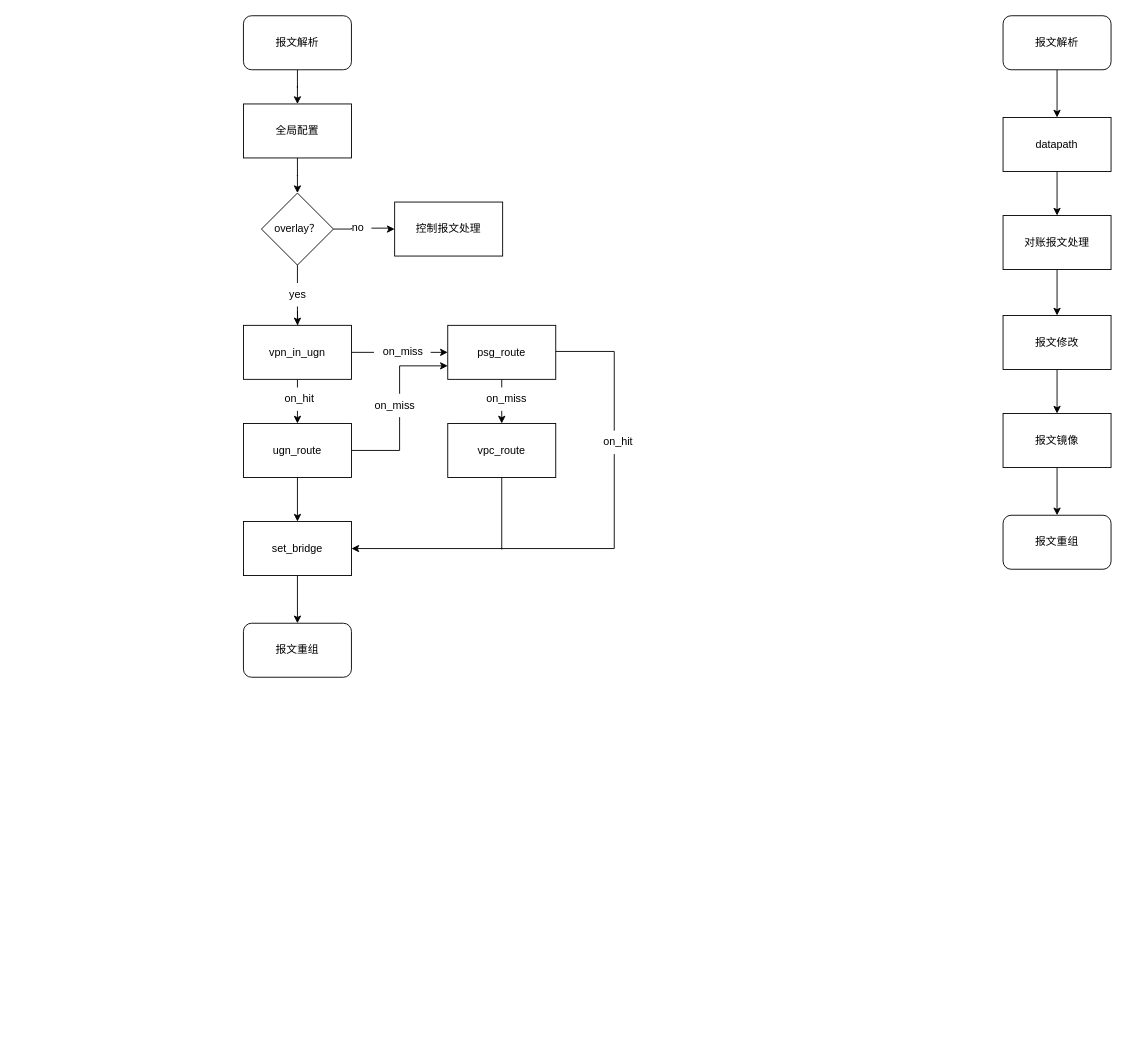
Above: page "LRG" (1 of 3) of LRG.drawio in imoceanking/drawio (draw.io), before the change. Source tidied: cells renumbered, new cells numbered last; positions are measured from the earlier drawing's top-left corner, leaving out a move shared by most shapes. Both pictures are drawn from the tidied source at 90%, with x=0, y=0 at pixel (243, 15).
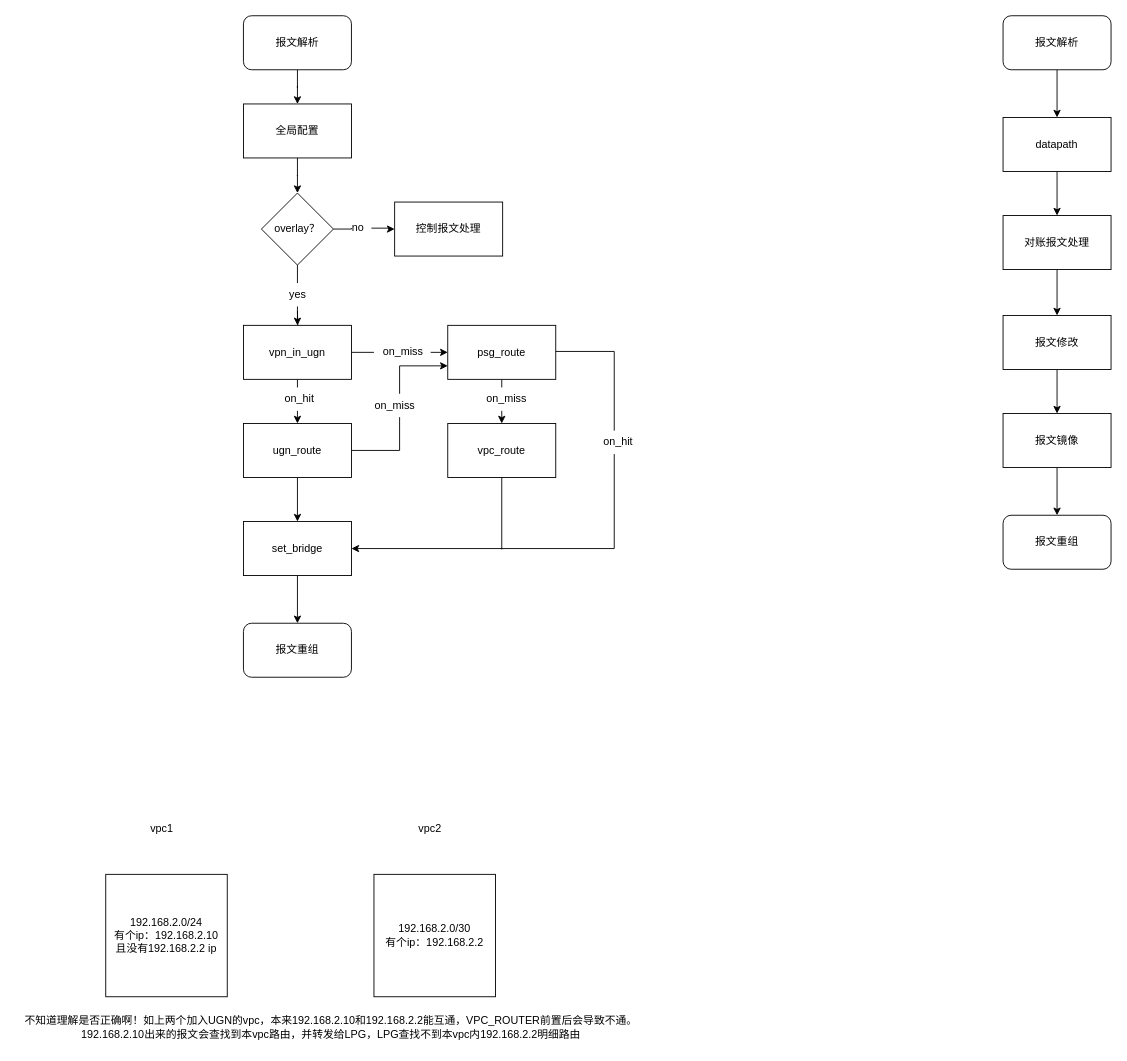
The same diagram, later.

The edit, as a diff of the source:
```diff
@@
+    <mxCell id="44" value="192.168.2.0/24&lt;br&gt;有个ip：192.168.2.10&lt;br&gt;且没有192.168.2.2 ip" style="rounded=0;whiteSpace=wrap;html=1;" parent="1" vertex="1">
+      <mxGeometry x="-153" y="954" width="135" height="136" as="geometry" />
+    </mxCell>
+    <mxCell id="45" value="vpc1" style="text;html=1;align=center;verticalAlign=middle;strokeColor=none;fillColor=none;" parent="1" vertex="1">
+      <mxGeometry x="-113" y="890" width="43" height="26" as="geometry" />
+    </mxCell>
+    <mxCell id="46" value="192.168.2.0/30&lt;br&gt;有个ip：192.168.2.2" style="rounded=0;whiteSpace=wrap;html=1;" parent="1" vertex="1">
+      <mxGeometry x="145" y="954" width="135" height="136" as="geometry" />
+    </mxCell>
+    <mxCell id="47" value="vpc2" style="text;html=1;align=center;verticalAlign=middle;strokeColor=none;fillColor=none;" parent="1" vertex="1">
+      <mxGeometry x="185" y="890" width="43" height="26" as="geometry" />
+    </mxCell>
+    <mxCell id="48" value="不知道理解是否正确啊！如上两个加入UGN的vpc，本来192.168.2.10和192.168.2.2能互通，VPC_ROUTER前置后会导致不通。&lt;br&gt;192.168.2.10出来的报文会查找到本vpc路由，并转发给LPG，LPG查找不到本vpc内192.168.2.2明细路由" style="text;html=1;align=center;verticalAlign=middle;strokeColor=none;fillColor=none;" parent="1" vertex="1">
+      <mxGeometry x="-253" y="1103" width="699" height="41" as="geometry" />
+    </mxCell>
```
